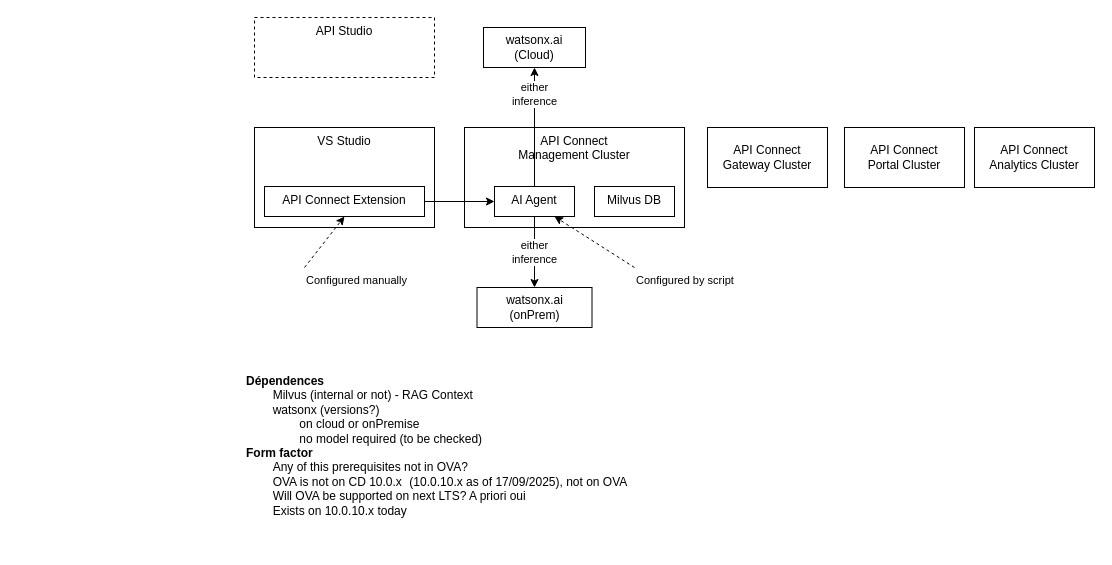
Above: page "APIC" (13 of 13) of doc/design.drawio in ADesprets/cp4i-install (draw.io), before the change. Source tidied: cells renumbered, new cells numbered last; positions are measured from the earlier drawing's top-left corner, leaving out a move shared by most shapes. Both pictures are drawn from the tidied source at 100%, with x=0, y=0 at pixel (244, 17).
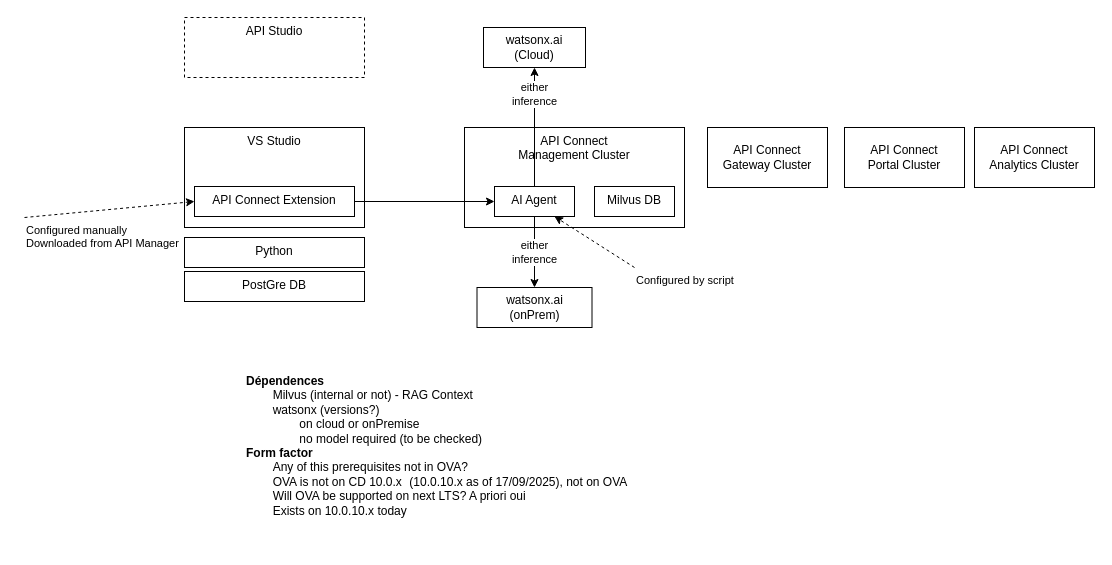
The same diagram, later.

What changed in the source:
```diff
@@
     <mxCell id="9" value="VS Studio" style="rounded=0;whiteSpace=wrap;html=1;verticalAlign=top;" parent="1" vertex="1">
-      <mxGeometry x="10" y="110" width="180" height="100" as="geometry" />
+      <mxGeometry x="-60" y="110" width="180" height="100" as="geometry" />
     </mxCell>
@@
     <mxCell id="12" value="API Connect Extension" style="rounded=0;whiteSpace=wrap;html=1;verticalAlign=top;" parent="1" vertex="1">
-      <mxGeometry x="20" y="169" width="160" height="30" as="geometry" />
+      <mxGeometry x="-50" y="169" width="160" height="30" as="geometry" />
     </mxCell>
@@
-    <mxCell id="16" value="Configured manually" style="endArrow=classic;html=1;rounded=0;entryX=0.5;entryY=1;entryDx=0;entryDy=0;labelPosition=right;verticalLabelPosition=bottom;align=left;verticalAlign=top;dashed=1;" parent="1" edge="1" target="12">
+    <mxCell id="16" value="Configured manually&lt;div&gt;Downloaded from API Manager&lt;/div&gt;" style="endArrow=classic;html=1;rounded=0;labelPosition=right;verticalLabelPosition=bottom;align=left;verticalAlign=top;dashed=1;" parent="1" edge="1">
       <mxGeometry x="-1" relative="1" as="geometry">
-        <mxPoint x="60" y="250" as="sourcePoint" />
+        <mxPoint x="-220" y="200" as="sourcePoint" />
+        <mxPoint x="-50" y="184" as="targetPoint" />
       </mxGeometry>
     </mxCell>
     <mxCell id="17" value="API Studio" style="rounded=0;whiteSpace=wrap;html=1;verticalAlign=top;dashed=1;" parent="1" vertex="1">
-      <mxGeometry x="10" width="180" height="60" as="geometry" />
+      <mxGeometry x="-60" width="180" height="60" as="geometry" />
     </mxCell>
@@
+    <mxCell id="19" value="Python" style="rounded=0;whiteSpace=wrap;html=1;verticalAlign=top;" parent="1" vertex="1">
+      <mxGeometry x="-60" y="220" width="180" height="30" as="geometry" />
+    </mxCell>
+    <mxCell id="20" value="PostGre DB" style="rounded=0;whiteSpace=wrap;html=1;verticalAlign=top;" parent="1" vertex="1">
+      <mxGeometry x="-60" y="254" width="180" height="30" as="geometry" />
+    </mxCell>
```
